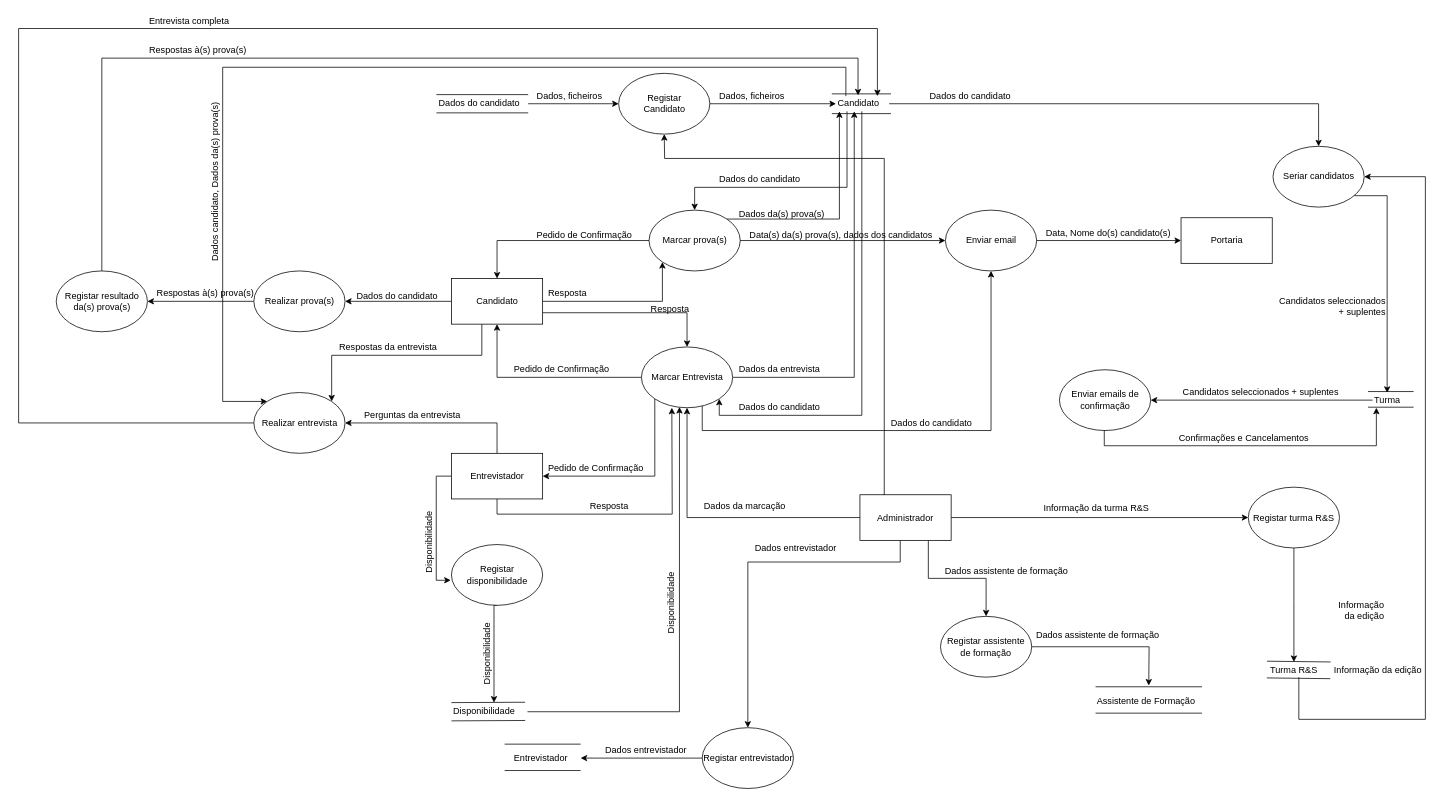
This is Docs/DFD.drawio from blestonbandeira/grs, a draw.io file, before an edit. Source tidied: cells renumbered, new cells numbered last; positions are measured from the earlier drawing's top-left corner, leaving out a move shared by most shapes. Both pictures are drawn from the tidied source at 76%, with x=0, y=0 at pixel (18, 13).
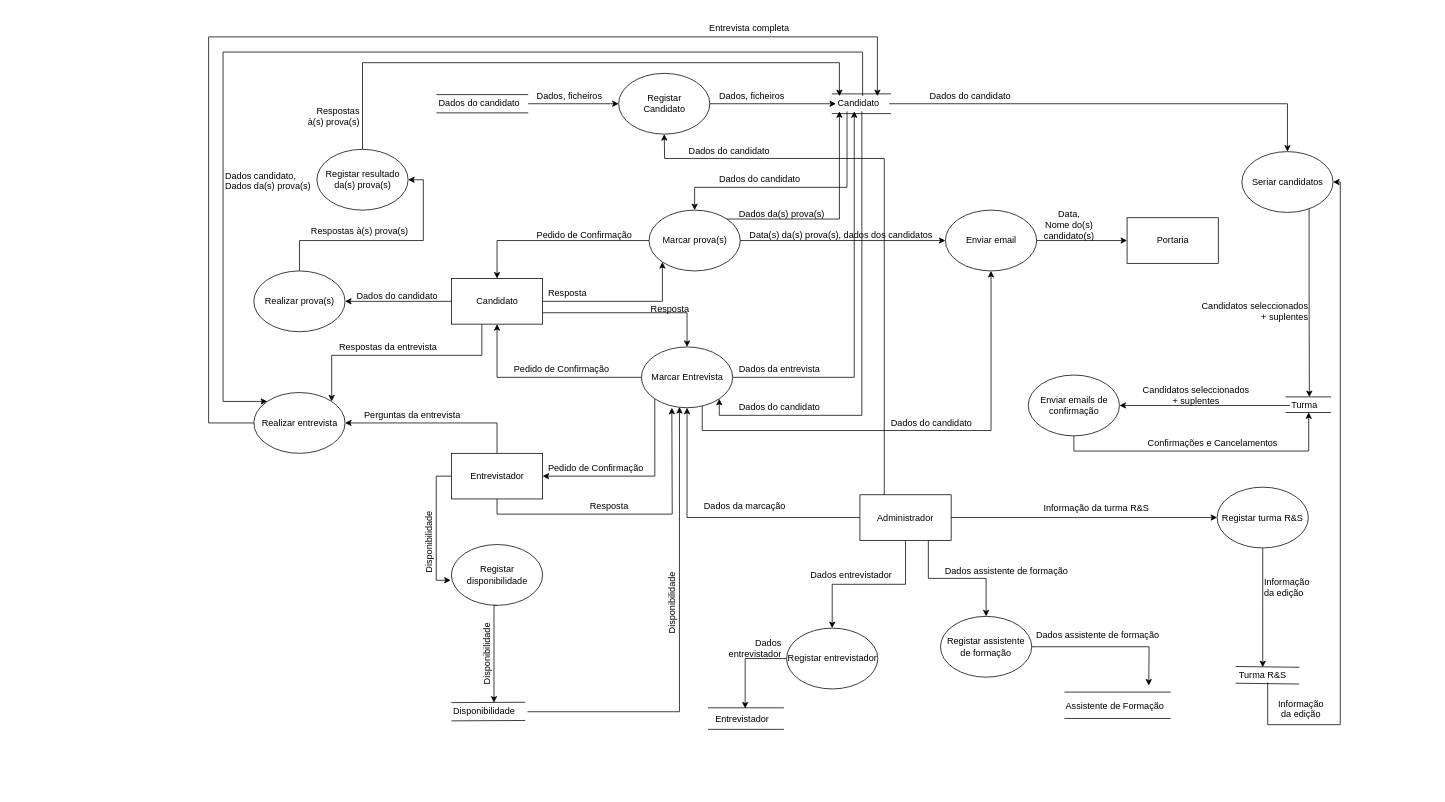
After the change.

Unchanged cells that the change refers to:
```xml
<mxCell id="9" value="Candidato" style="text;html=1;points=[];align=left;verticalAlign=top;spacingTop=-4;" parent="1" vertex="1">
  <mxGeometry x="1075.5" y="109" width="70" height="20" as="geometry" />
</mxCell>
<mxCell id="65" value="Realizar entrevista" style="ellipse;whiteSpace=wrap;html=1;" parent="1" vertex="1">
  <mxGeometry x="309.5" y="499" width="120" height="80" as="geometry" />
</mxCell>
<mxCell id="75" value="Administrador" style="rounded=0;whiteSpace=wrap;html=1;" parent="1" vertex="1">
  <mxGeometry x="1107" y="633.5" width="120" height="60" as="geometry" />
</mxCell>
<mxCell id="102" value="Turma" style="text;html=1;points=[];align=left;verticalAlign=top;spacingTop=-4;" parent="100" vertex="1">
  <mxGeometry x="6" width="50" height="20" as="geometry" />
</mxCell>
```

Change to the diagram source:
```diff
@@
     <mxCell id="7" style="edgeStyle=orthogonalEdgeStyle;rounded=0;jettySize=auto;html=1;entryX=0;entryY=0;entryDx=0;entryDy=0;" parent="1" edge="1" source="9" target="65">
       <mxGeometry relative="1" as="geometry">
         <Array as="points">
-          <mxPoint x="1088.5" y="71" />
-          <mxPoint x="268.5" y="71" />
-          <mxPoint x="268.5" y="511" />
+          <mxPoint x="1110" y="51" />
+          <mxPoint x="269" y="51" />
+          <mxPoint x="269" y="511" />
         </Array>
       </mxGeometry>
     </mxCell>
@@
     <mxCell id="27" value="Portaria" style="rounded=0;whiteSpace=wrap;html=1;" parent="1" vertex="1">
-      <mxGeometry x="1529.5" y="269" width="120" height="60" as="geometry" />
+      <mxGeometry x="1458.5" y="269" width="120" height="60" as="geometry" />
     </mxCell>
@@
-    <mxCell id="32" value="Data, Nome do(s) candidato(s)" style="text;html=1;align=left;verticalAlign=top;spacingTop=-4;rotation=0;" parent="1" vertex="1">
-      <mxGeometry x="1349.5" y="279" width="180" height="20" as="geometry" />
+    <mxCell id="32" value="Data, &lt;br&gt;Nome do(s) &lt;br&gt;candidato(s)" style="text;html=1;align=center;verticalAlign=top;spacingTop=-4;rotation=0;" parent="1" vertex="1">
+      <mxGeometry x="1342" y="255" width="80" height="40" as="geometry" />
     </mxCell>
@@
-    <mxCell id="59" style="edgeStyle=orthogonalEdgeStyle;rounded=0;jettySize=auto;html=1;entryX=0.414;entryY=-0.05;entryDx=0;entryDy=0;entryPerimeter=0;" parent="1" edge="1" source="60" target="9">
+    <mxCell id="59" style="edgeStyle=orthogonalEdgeStyle;rounded=0;jettySize=auto;html=1;" parent="1" edge="1" source="60" target="9">
       <mxGeometry relative="1" as="geometry">
         <Array as="points">
-          <mxPoint x="109.5" y="59" />
-          <mxPoint x="1104.5" y="59" />
+          <mxPoint x="453" y="65" />
+          <mxPoint x="1080" y="65" />
         </Array>
       </mxGeometry>
     </mxCell>
     <mxCell id="60" value="Registar resultado da(s) prova(s)" style="ellipse;whiteSpace=wrap;html=1;" parent="1" vertex="1">
-      <mxGeometry x="49.5" y="339" width="120" height="80" as="geometry" />
+      <mxGeometry x="392.5" y="179" width="120" height="80" as="geometry" />
     </mxCell>
@@
     <mxCell id="62" value="Respostas à(s) prova(s)&lt;br&gt;" style="text;html=1;align=left;verticalAlign=top;spacingTop=-4;rotation=0;" parent="1" vertex="1">
-      <mxGeometry x="179.5" y="359" width="140" height="20" as="geometry" />
+      <mxGeometry x="382.5" y="276.5" width="140" height="20" as="geometry" />
     </mxCell>
-    <mxCell id="63" value="Respostas à(s) prova(s)&lt;br&gt;" style="text;html=1;align=left;verticalAlign=top;spacingTop=-4;rotation=0;" parent="1" vertex="1">
-      <mxGeometry x="169.5" y="39" width="140" height="20" as="geometry" />
+    <mxCell id="63" value="Respostas &lt;br&gt;à(s) prova(s)" style="text;html=1;align=right;verticalAlign=top;spacingTop=-4;rotation=0;" parent="1" vertex="1">
+      <mxGeometry x="369.5" y="119" width="80" height="30" as="geometry" />
     </mxCell>
     <mxCell id="64" style="edgeStyle=orthogonalEdgeStyle;rounded=0;jettySize=auto;html=1;exitX=0;exitY=0.5;exitDx=0;exitDy=0;" parent="1" edge="1" source="65" target="9">
       <mxGeometry relative="1" as="geometry">
         <Array as="points">
-          <mxPoint y="539" />
-          <mxPoint y="20" />
-          <mxPoint x="1130" y="20" />
+          <mxPoint x="250" y="539" />
+          <mxPoint x="250" y="31" />
+          <mxPoint x="1130" y="31" />
         </Array>
       </mxGeometry>
     </mxCell>
@@
     <mxCell id="68" value="Entrevista completa" style="text;html=1;align=left;verticalAlign=top;spacingTop=-4;rotation=0;" parent="1" vertex="1">
-      <mxGeometry x="169.5" width="120" height="20" as="geometry" />
+      <mxGeometry x="907" y="10" width="120" height="20" as="geometry" />
     </mxCell>
-    <mxCell id="69" value="Dados candidato, Dados da(s) prova(s)" style="text;html=1;align=left;verticalAlign=top;spacingTop=-4;rotation=270;" parent="1" vertex="1">
-      <mxGeometry x="149.5" y="209" width="220" height="20" as="geometry" />
+    <mxCell id="69" value="Dados candidato, &lt;br&gt;Dados da(s) prova(s)" style="text;html=1;align=left;verticalAlign=top;spacingTop=-4;rotation=0;" parent="1" vertex="1">
+      <mxGeometry x="270" y="204" width="130" height="30" as="geometry" />
     </mxCell>
@@
-    <mxCell id="72" style="edgeStyle=orthogonalEdgeStyle;rounded=0;jettySize=auto;html=1;entryX=0.5;entryY=0;entryDx=0;entryDy=0;" parent="1" edge="1" source="75" target="91">
-      <mxGeometry relative="1" as="geometry">
-        <Array as="points">
-          <mxPoint x="1160" y="722" />
-          <mxPoint x="960" y="722" />
-        </Array>
-      </mxGeometry>
-    </mxCell>
@@
+    <mxCell id="72" style="edgeStyle=orthogonalEdgeStyle;rounded=0;jettySize=auto;html=1;entryX=0.5;entryY=0;entryDx=0;entryDy=0;" parent="1" edge="1" source="75" target="91">
+      <mxGeometry relative="1" as="geometry" />
+    </mxCell>
@@
-    <mxCell id="77" style="edgeStyle=orthogonalEdgeStyle;rounded=0;jettySize=auto;html=1;entryX=0.384;entryY=0.02;entryDx=0;entryDy=0;entryPerimeter=0;" parent="1" edge="1" source="78" target="102">
+    <mxCell id="77" style="edgeStyle=orthogonalEdgeStyle;rounded=0;jettySize=auto;html=1;entryX=0.507;entryY=-0.05;entryDx=0;entryDy=0;entryPerimeter=0;" parent="1" edge="1" source="78" target="102">
       <mxGeometry relative="1" as="geometry">
         <Array as="points">
-          <mxPoint x="1800.5" y="240" />
+          <mxPoint x="1698" y="368" />
+          <mxPoint x="1698" y="368" />
         </Array>
       </mxGeometry>
     </mxCell>
     <mxCell id="78" value="Seriar candidatos" style="ellipse;whiteSpace=wrap;html=1;" parent="1" vertex="1">
-      <mxGeometry x="1650.5" y="175" width="120" height="80" as="geometry" />
+      <mxGeometry x="1609.5" y="182" width="120" height="80" as="geometry" />
     </mxCell>
@@
     <mxCell id="80" style="edgeStyle=orthogonalEdgeStyle;rounded=0;jettySize=auto;html=1;" parent="1" edge="1" source="81" target="85">
       <mxGeometry relative="1" as="geometry">
         <Array as="points">
-          <mxPoint x="1678.5" y="774" />
-          <mxPoint x="1678.5" y="774" />
+          <mxPoint x="1637.5" y="781" />
+          <mxPoint x="1637.5" y="781" />
         </Array>
       </mxGeometry>
     </mxCell>
     <mxCell id="81" value="Registar turma R&amp;amp;S" style="ellipse;whiteSpace=wrap;html=1;" parent="1" vertex="1">
-      <mxGeometry x="1618" y="623.5" width="120" height="80" as="geometry" />
+      <mxGeometry x="1577" y="623.5" width="120" height="80" as="geometry" />
     </mxCell>
@@
     <mxCell id="83" style="shape=link;html=1;width=22;entryX=1.02;entryY=0.55;entryDx=0;entryDy=0;entryPerimeter=0;" parent="1" edge="1" target="85">
       <mxGeometry relative="1" as="geometry">
-        <mxPoint x="1642.5" y="863.5" as="sourcePoint" />
+        <mxPoint x="1601.5" y="870.5" as="sourcePoint" />
       </mxGeometry>
     </mxCell>
     <mxCell id="84" style="edgeStyle=orthogonalEdgeStyle;rounded=0;jettySize=auto;html=1;entryX=1;entryY=0.5;entryDx=0;entryDy=0;" parent="1" edge="1" source="85" target="78">
       <mxGeometry relative="1" as="geometry">
         <Array as="points">
-          <mxPoint x="1851" y="929" />
-          <mxPoint x="1851" y="215" />
+          <mxPoint x="1643" y="936" />
+          <mxPoint x="1739" y="936" />
+          <mxPoint x="1739" y="222" />
         </Array>
       </mxGeometry>
     </mxCell>
     <mxCell id="85" value="Turma R&amp;amp;S" style="text;html=1;points=[];align=left;verticalAlign=top;spacingTop=-4;" parent="1" vertex="1">
-      <mxGeometry x="1644.5" y="853.5" width="80" height="20" as="geometry" />
+      <mxGeometry x="1603.5" y="860.5" width="80" height="20" as="geometry" />
     </mxCell>
-    <mxCell id="86" value="Informação &lt;br&gt;da edição" style="text;html=1;align=right;verticalAlign=top;spacingTop=-4;rotation=0;" parent="1" vertex="1">
-      <mxGeometry x="1717.5" y="768.5" width="80" height="30" as="geometry" />
-    </mxCell>
-    <mxCell id="87" value="Informação da edição" style="text;html=1;align=left;verticalAlign=top;spacingTop=-4;rotation=0;" parent="1" vertex="1">
-      <mxGeometry x="1729" y="853.5" width="130" height="20" as="geometry" />
+    <mxCell id="87" value="Informação &lt;br&gt;da edição" style="text;html=1;align=center;verticalAlign=top;spacingTop=-4;rotation=0;" parent="1" vertex="1">
+      <mxGeometry x="1647" y="899" width="80" height="30" as="geometry" />
     </mxCell>
@@
-    <mxCell id="90" style="edgeStyle=orthogonalEdgeStyle;rounded=0;jettySize=auto;html=1;exitX=0;exitY=0.5;exitDx=0;exitDy=0;" parent="1" edge="1" source="91" target="94">
+    <mxCell id="90" style="edgeStyle=orthogonalEdgeStyle;rounded=0;jettySize=auto;html=1;entryX=0.461;entryY=-0.217;entryDx=0;entryDy=0;entryPerimeter=0;" parent="1" edge="1" source="91" target="94">
       <mxGeometry relative="1" as="geometry" />
     </mxCell>
     <mxCell id="91" value="Registar entrevistador" style="ellipse;whiteSpace=wrap;html=1;" parent="1" vertex="1">
-      <mxGeometry x="899.5" y="940" width="120" height="80" as="geometry" />
+      <mxGeometry x="1010.5" y="809" width="120" height="80" as="geometry" />
     </mxCell>
     <mxCell id="92" value="Dados entrevistador" style="text;html=1;align=left;verticalAlign=top;spacingTop=-4;" parent="1" vertex="1">
-      <mxGeometry x="967" y="693.5" width="120" height="20" as="geometry" />
+      <mxGeometry x="1039.5" y="729" width="120" height="20" as="geometry" />
     </mxCell>
-    <mxCell id="93" style="shape=link;html=1;width=34.70588235294118;" parent="1" edge="1">
+    <mxCell id="93" style="shape=link;html=1;width=28.333333333333336;" parent="1" edge="1">
       <mxGeometry relative="1" as="geometry">
-        <mxPoint x="639.5" y="979" as="sourcePoint" />
-        <mxPoint x="739.5" y="979" as="targetPoint" />
+        <mxPoint x="907" y="928" as="sourcePoint" />
+        <mxPoint x="1007" y="928" as="targetPoint" />
       </mxGeometry>
     </mxCell>
     <mxCell id="94" value="Entrevistador" style="text;html=1;points=[];align=left;verticalAlign=top;spacingTop=-4;" parent="1" vertex="1">
-      <mxGeometry x="649.5" y="970" width="90" height="20" as="geometry" />
+      <mxGeometry x="914.5" y="919" width="90" height="20" as="geometry" />
     </mxCell>
-    <mxCell id="95" value="Dados entrevistador" style="text;html=1;align=left;verticalAlign=top;spacingTop=-4;" parent="1" vertex="1">
-      <mxGeometry x="769.5" y="960" width="120" height="20" as="geometry" />
+    <mxCell id="95" value="Dados &lt;br&gt;entrevistador" style="text;html=1;align=right;verticalAlign=top;spacingTop=-4;" parent="1" vertex="1">
+      <mxGeometry x="924.5" y="819" width="80" height="30" as="geometry" />
     </mxCell>
     <mxCell id="96" style="shape=link;html=1;width=34.70588235294118;" parent="1" edge="1">
       <mxGeometry relative="1" as="geometry">
-        <mxPoint x="1417" y="903.5" as="sourcePoint" />
-        <mxPoint x="1557" y="903.5" as="targetPoint" />
+        <mxPoint x="1376" y="910.5" as="sourcePoint" />
+        <mxPoint x="1516" y="910.5" as="targetPoint" />
       </mxGeometry>
     </mxCell>
     <mxCell id="97" value="Assistente de Formação" style="text;html=1;align=left;verticalAlign=top;spacingTop=-4;" parent="1" vertex="1">
-      <mxGeometry x="1417" y="894.5" width="140" height="20" as="geometry" />
+      <mxGeometry x="1376" y="901.5" width="140" height="20" as="geometry" />
     </mxCell>
@@
     <mxCell id="100" style="group;" parent="1" vertex="1">
-      <mxGeometry x="1775.5" y="499" width="60" height="20" as="geometry" />
+      <mxGeometry x="1667" y="506" width="60" height="20" as="geometry" />
     </mxCell>
@@
     <mxCell id="103" value="Candidatos seleccionados&lt;br&gt;&amp;nbsp;+ suplentes" style="text;html=1;align=right;verticalAlign=top;spacingTop=-4;rotation=0;" parent="1" vertex="1">
-      <mxGeometry x="1639.5" y="369" width="160" height="30" as="geometry" />
+      <mxGeometry x="1538" y="376" width="160" height="30" as="geometry" />
     </mxCell>
-    <mxCell id="104" style="edgeStyle=orthogonalEdgeStyle;rounded=0;jettySize=auto;html=1;exitX=0.5;exitY=1;exitDx=0;exitDy=0;" parent="1" edge="1" source="105" target="102">
+    <mxCell id="104" style="edgeStyle=orthogonalEdgeStyle;rounded=0;jettySize=auto;html=1;exitX=0.5;exitY=1;exitDx=0;exitDy=0;entryX=0.49;entryY=0.95;entryDx=0;entryDy=0;entryPerimeter=0;" parent="1" edge="1" source="105" target="102">
       <mxGeometry relative="1" as="geometry">
         <Array as="points">
-          <mxPoint x="1428.5" y="569" />
-          <mxPoint x="1786.5" y="569" />
+          <mxPoint x="1388" y="576" />
+          <mxPoint x="1698" y="576" />
         </Array>
       </mxGeometry>
     </mxCell>
     <mxCell id="105" value="Enviar emails de confirmação" style="ellipse;whiteSpace=wrap;html=1;" parent="1" vertex="1">
-      <mxGeometry x="1369.5" y="469" width="120" height="80" as="geometry" />
+      <mxGeometry x="1328.5" y="476" width="120" height="80" as="geometry" />
     </mxCell>
@@
     <mxCell id="107" value="Confirmações e Cancelamentos" style="text;html=1;align=left;verticalAlign=top;spacingTop=-4;" parent="1" vertex="1">
-      <mxGeometry x="1524.5" y="549" width="190" height="20" as="geometry" />
+      <mxGeometry x="1483.5" y="556" width="190" height="20" as="geometry" />
     </mxCell>
-    <mxCell id="108" value="Candidatos seleccionados + suplentes" style="text;html=1;align=left;verticalAlign=top;spacingTop=-4;rotation=0;" parent="1" vertex="1">
-      <mxGeometry x="1529.5" y="489" width="220" height="20" as="geometry" />
+    <mxCell id="108" value="Candidatos seleccionados &lt;br&gt;+ suplentes" style="text;html=1;align=center;verticalAlign=top;spacingTop=-4;rotation=0;" parent="1" vertex="1">
+      <mxGeometry x="1468.5" y="486" width="160" height="30" as="geometry" />
     </mxCell>
+    <mxCell id="109" value="Dados do candidato" style="text;html=1;align=left;verticalAlign=top;spacingTop=-4;rotation=0;" parent="1" vertex="1">
+      <mxGeometry x="880" y="171" width="120" height="20" as="geometry" />
+    </mxCell>
+    <mxCell id="86" value="Informação &lt;br&gt;da edição" style="text;html=1;align=left;verticalAlign=top;spacingTop=-4;rotation=0;" parent="1" vertex="1">
+      <mxGeometry x="1637" y="739" width="80" height="30" as="geometry" />
+    </mxCell>
```
